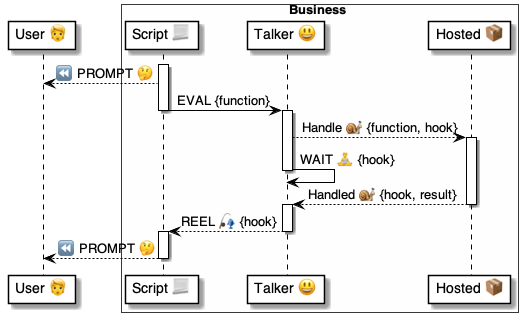
Earlier version of the PlantUML export 4 ⚙️ Solution/35 💬 Chats/Talkers 😃/😃⏩ Talker flows/Run Sync Functions 😃⏩📦/😃 Eval ⚙️ uml.png (pollyweb-org/pollyweb-docs). Its source is kept beside it as 4 ⚙️ Solution/35 💬 Chats/Talkers 😃/😃⏩ Talker flows/Run Sync Functions 😃⏩📦/😃 Eval ⚙️ uml.puml.
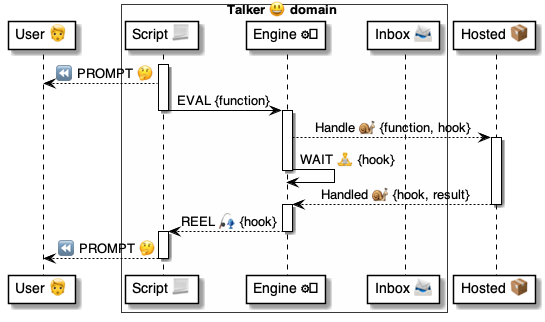
After the commit.

Diff of the diagram source:
```diff
@@ -1,31 +1,32 @@
 @startuml Handle
 
 participant "User 🧑" as user
+box Talker 😃 domain #FFFFFA
+    participant "Script 📃" as script
+    participant "Engine ⚙️" as engine
+    participant "Inbox 📨" as inbox
+end box
+participant "Hosted 📦" as hosted
 
-box Business #FFFFFA
-    participant "Script 📃" as script
-    participant "Talker 😃" as talker
-    participant "Hosted 📦" as hosted
-end box
 
 activate script
     script --> user: ⏪ PROMPT 🤔
-    script -> talker: EVAL {function}
+    script -> engine: EVAL {function}
 deactivate script
 
 
-activate talker
-    talker --> hosted: Handle 🐌 {function, hook}
+activate engine
+    engine --> hosted: Handle 🐌 {function, hook}
 activate hosted
-    talker -> talker: WAIT 🧘 {hook}
-deactivate talker
+    engine -> engine: WAIT 🧘 {hook}
+deactivate engine
 
-    hosted --> talker: Handled 🐌 {hook, result}
+    hosted --> engine: Handled 🐌 {hook, result}
 deactivate hosted
 
-activate talker
-    talker --> script: REEL 🎣 {hook}
-deactivate talker
+activate engine
+    engine --> script: REEL 🎣 {hook}
+deactivate engine
 
 activate script
     script --> user: ⏪ PROMPT 🤔
```
